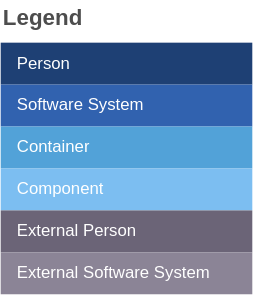
defenseunicorns/bigbang-architecture-diagrams keeps this draw.io diagram as legend.drawio.svg. Above is the earlier version. Source tidied: cells renumbered, new cells last; positions are measured from the earlier drawing's top-left corner, leaving out a move shared by most shapes. Source of this version:
```xml
<mxGraphModel background="#ffffff">
  <root>
    <mxCell id="0" />
    <mxCell id="1" parent="0" />
    <mxCell id="2" value="Legend" style="align=left;fontSize=16;fontStyle=1;strokeColor=none;fillColor=none;fontColor=#4D4D4D;spacingTop=-8;" parent="1" vertex="1">
      <mxGeometry width="180" height="30" as="geometry" />
    </mxCell>
    <mxCell id="3" style="shape=table;html=1;whiteSpace=wrap;startSize=0;fillColor=none;align=left;spacingLeft=10;strokeColor=none;rounded=1;arcSize=11;fontColor=#FFFFFF;" parent="1" vertex="1">
      <mxGeometry y="30" width="180" height="180" as="geometry" />
    </mxCell>
    <mxCell id="4" value="Person" style="shape=partialRectangle;html=1;whiteSpace=wrap;fillColor=#1E4074;top=0;left=0;bottom=0;right=0;overflow=hidden;align=left;spacingLeft=10;strokeColor=none;fontColor=#FFFFFF;" parent="3" vertex="1">
      <mxGeometry width="180" height="30" as="geometry" />
    </mxCell>
    <mxCell id="5" value="Software System" style="shape=partialRectangle;html=1;whiteSpace=wrap;fillColor=#3162AF;top=0;left=0;bottom=0;right=0;overflow=hidden;align=left;spacingLeft=10;fontColor=#FFFFFF;" parent="3" vertex="1">
      <mxGeometry y="30" width="180" height="30" as="geometry" />
    </mxCell>
    <mxCell id="6" value="Container" style="shape=partialRectangle;html=1;whiteSpace=wrap;fillColor=#52A2D8;top=0;left=0;bottom=0;right=0;overflow=hidden;align=left;spacingLeft=10;fontColor=#FFFFFF;" parent="3" vertex="1">
      <mxGeometry y="60" width="180" height="30" as="geometry" />
    </mxCell>
    <mxCell id="7" value="Component" style="shape=partialRectangle;html=1;whiteSpace=wrap;fillColor=#7CBEF1;top=0;left=0;bottom=0;right=0;overflow=hidden;align=left;spacingLeft=10;fontColor=#FFFFFF;" parent="3" vertex="1">
      <mxGeometry y="90" width="180" height="30" as="geometry" />
    </mxCell>
    <mxCell id="8" value="External Person" style="shape=partialRectangle;html=1;whiteSpace=wrap;fillColor=#6B6477;top=0;left=0;bottom=0;right=0;overflow=hidden;align=left;spacingLeft=10;fontColor=#FFFFFF;" parent="3" vertex="1">
      <mxGeometry y="120" width="180" height="30" as="geometry" />
    </mxCell>
    <mxCell id="9" value="External Software System" style="shape=partialRectangle;html=1;whiteSpace=wrap;fillColor=#8B8496;top=0;left=0;bottom=0;right=0;overflow=hidden;align=left;spacingLeft=10;fontColor=#FFFFFF;" parent="3" vertex="1">
      <mxGeometry y="150" width="180" height="30" as="geometry" />
    </mxCell>
  </root>
</mxGraphModel>
```
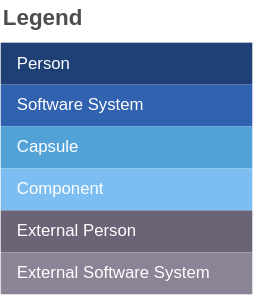
The same diagram one commit later.

The edit, as a diff of the source:
```diff
@@ -14,7 +14,7 @@
     <mxCell id="5" value="Software System" style="shape=partialRectangle;html=1;whiteSpace=wrap;fillColor=#3162AF;top=0;left=0;bottom=0;right=0;overflow=hidden;align=left;spacingLeft=10;fontColor=#FFFFFF;" parent="3" vertex="1">
       <mxGeometry y="30" width="180" height="30" as="geometry" />
     </mxCell>
-    <mxCell id="6" value="Container" style="shape=partialRectangle;html=1;whiteSpace=wrap;fillColor=#52A2D8;top=0;left=0;bottom=0;right=0;overflow=hidden;align=left;spacingLeft=10;fontColor=#FFFFFF;" parent="3" vertex="1">
+    <mxCell id="6" value="Capsule" style="shape=partialRectangle;html=1;whiteSpace=wrap;fillColor=#52A2D8;top=0;left=0;bottom=0;right=0;overflow=hidden;align=left;spacingLeft=10;fontColor=#FFFFFF;" parent="3" vertex="1">
       <mxGeometry y="60" width="180" height="30" as="geometry" />
     </mxCell>
     <mxCell id="7" value="Component" style="shape=partialRectangle;html=1;whiteSpace=wrap;fillColor=#7CBEF1;top=0;left=0;bottom=0;right=0;overflow=hidden;align=left;spacingLeft=10;fontColor=#FFFFFF;" parent="3" vertex="1">
```
